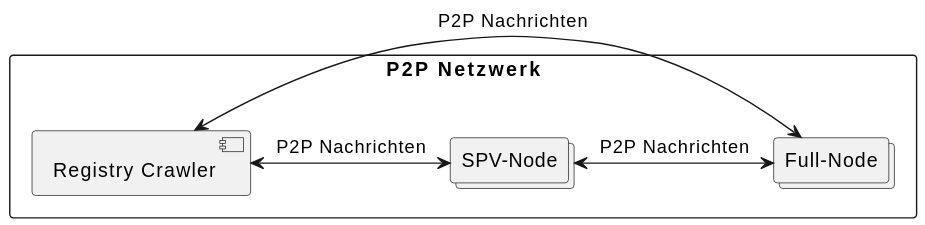
bjoern621/VSP-Blockchain keeps this PlantUML diagram as docs/arc42/arc42-MinerNetwork/images/verteilungssicht_ebene_2_p2p_network.svg. Above is the earlier version.
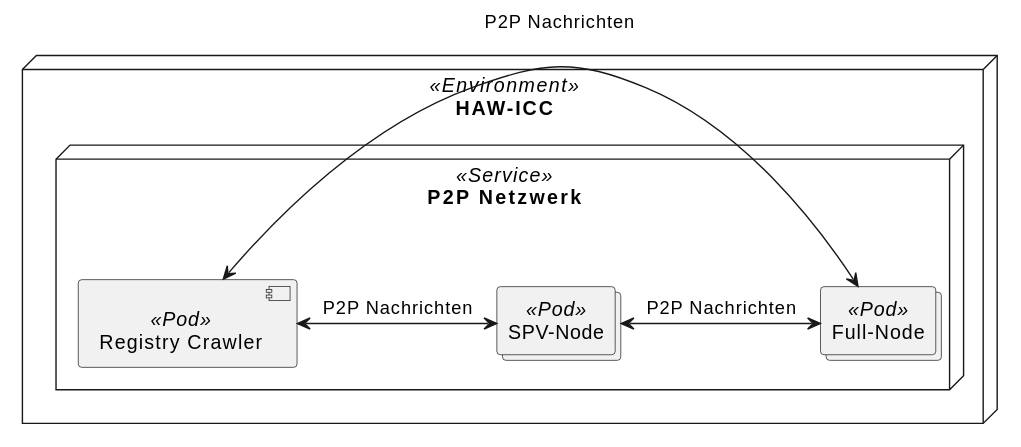
Later version of the same file.

The edit, as a diff of the source:
```diff
@@ -1,9 +1,12 @@
 @startuml
-rectangle "P2P Netzwerk" as p2p_network {
-    collections "SPV-Node" as spv
-    component "Registry Crawler" as crawler
+node HAW-ICC <<Environment>> {
+    node "P2P Netzwerk" as p2p_network <<Service>> {
+        component "Registry Crawler" as crawler <<Pod>>
 
-    collections "Full-Node" as full_node
+        collections "SPV-Node" as spv <<Pod>>
+        collections "Full-Node" as full_node <<Pod>>
+    }
+
 }
 
 crawler <-> spv :"P2P Nachrichten"
```
